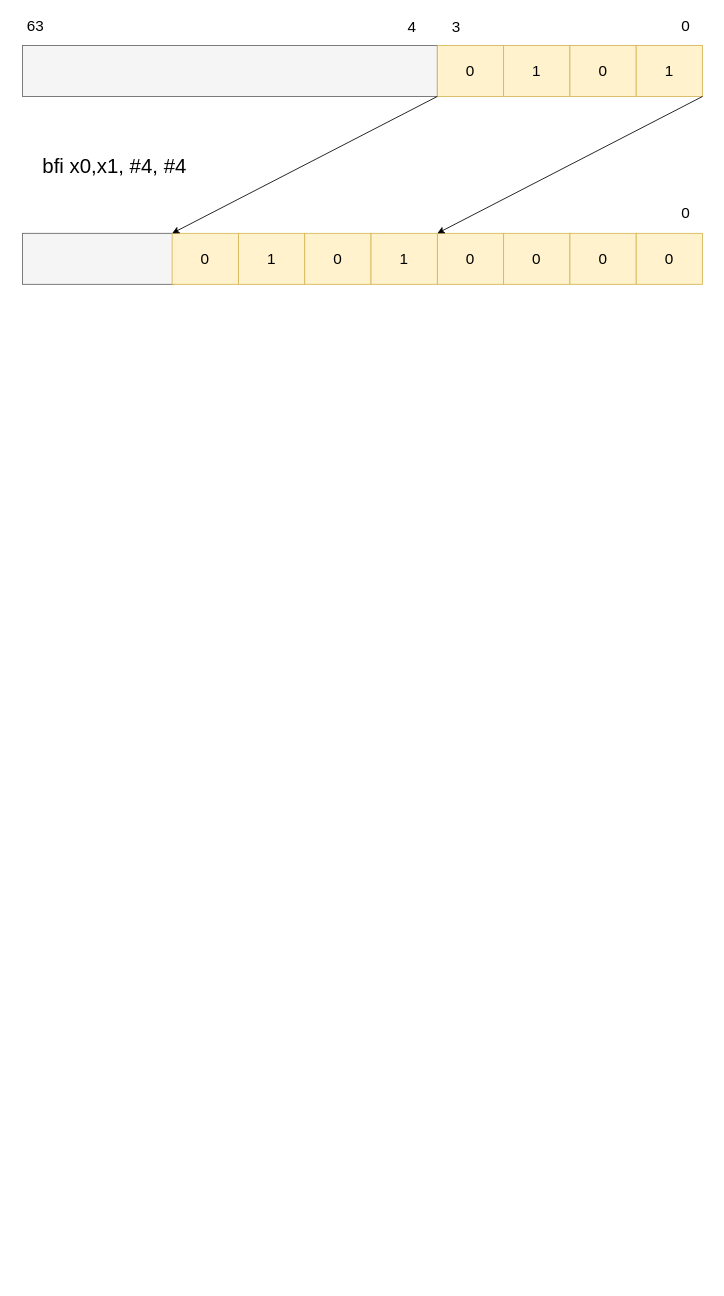
Before: page "第4章" (2 of 2) of docs/workSpacePic/ARM64体系结构编程.drawio in kendall-cpp/kendall-simple-vim, a draw.io diagram. Source tidied: cells renumbered, new cells numbered last; positions are measured from the earlier drawing's top-left corner, leaving out a move shared by most shapes. Both pictures are drawn from the tidied source at 85%, with x=0, y=0 at pixel (22, 14).
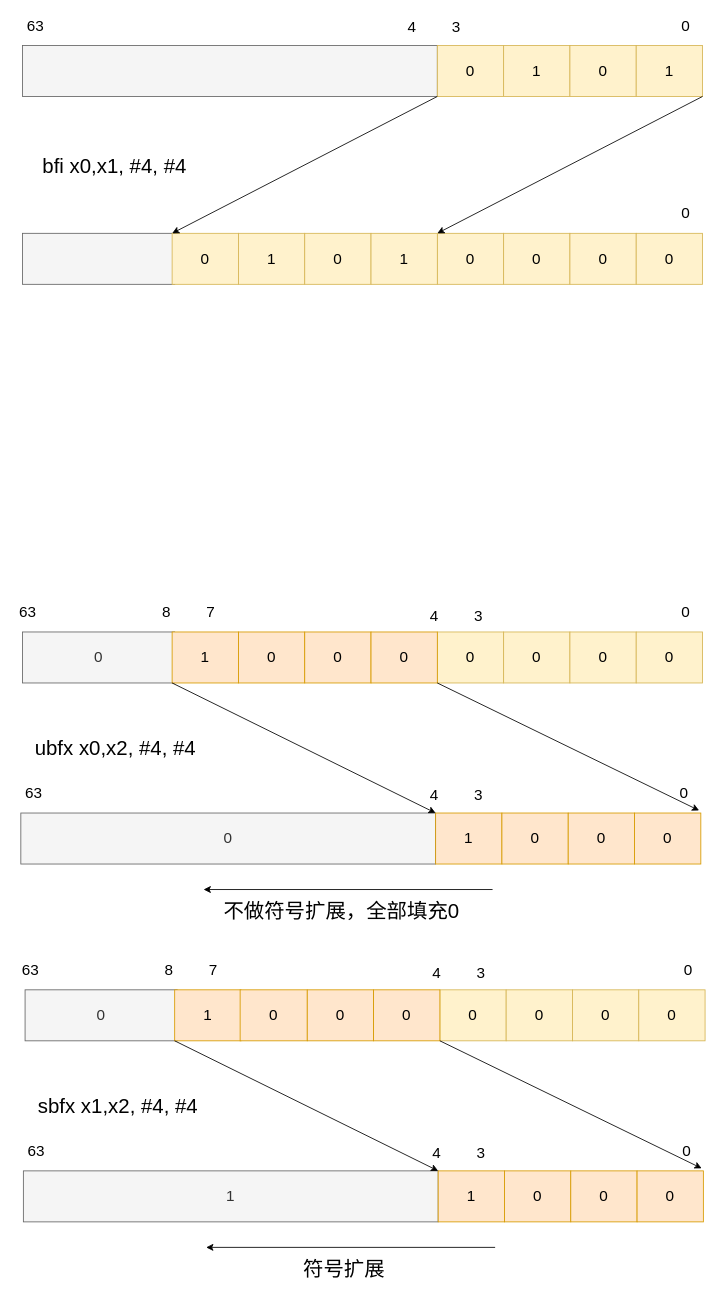
After the change.

Diff of the diagram source:
```diff
@@
+    <mxCell id="24" value="&lt;font style=&quot;font-size: 18px&quot;&gt;0&lt;/font&gt;" style="rounded=0;whiteSpace=wrap;html=1;fillColor=#f5f5f5;fontColor=#333333;strokeColor=#666666;" parent="1" vertex="1">
+      <mxGeometry x="-2" y="939" width="488" height="60" as="geometry" />
+    </mxCell>
+    <mxCell id="25" value="&lt;font style=&quot;font-size: 18px&quot;&gt;1&lt;/font&gt;" style="rounded=0;whiteSpace=wrap;html=1;fillColor=#ffe6cc;strokeColor=#d79b00;" parent="1" vertex="1">
+      <mxGeometry x="486" y="939" width="78" height="60" as="geometry" />
+    </mxCell>
+    <mxCell id="26" value="&lt;font style=&quot;font-size: 18px&quot;&gt;0&lt;/font&gt;" style="rounded=0;whiteSpace=wrap;html=1;fillColor=#ffe6cc;strokeColor=#d79b00;" parent="1" vertex="1">
+      <mxGeometry x="564" y="939" width="78" height="60" as="geometry" />
+    </mxCell>
+    <mxCell id="27" value="&lt;font style=&quot;font-size: 18px&quot;&gt;0&lt;/font&gt;" style="rounded=0;whiteSpace=wrap;html=1;fillColor=#ffe6cc;strokeColor=#d79b00;" parent="1" vertex="1">
+      <mxGeometry x="642" y="939" width="78" height="60" as="geometry" />
+    </mxCell>
+    <mxCell id="28" value="&lt;font style=&quot;font-size: 18px&quot;&gt;0&lt;/font&gt;" style="rounded=0;whiteSpace=wrap;html=1;fillColor=#ffe6cc;strokeColor=#d79b00;" parent="1" vertex="1">
+      <mxGeometry x="720" y="939" width="78" height="60" as="geometry" />
+    </mxCell>
+    <mxCell id="29" value="&lt;font style=&quot;font-size: 18px&quot;&gt;0&lt;/font&gt;" style="rounded=0;whiteSpace=wrap;html=1;fillColor=#f5f5f5;fontColor=#333333;strokeColor=#666666;" parent="1" vertex="1">
+      <mxGeometry y="726" width="179" height="60" as="geometry" />
+    </mxCell>
+    <mxCell id="30" value="&lt;font style=&quot;font-size: 18px&quot;&gt;0&lt;/font&gt;" style="rounded=0;whiteSpace=wrap;html=1;fillColor=#fff2cc;strokeColor=#d6b656;" parent="1" vertex="1">
+      <mxGeometry x="488" y="726" width="78" height="60" as="geometry" />
+    </mxCell>
+    <mxCell id="31" value="&lt;font style=&quot;font-size: 18px&quot;&gt;0&lt;/font&gt;" style="rounded=0;whiteSpace=wrap;html=1;fillColor=#fff2cc;strokeColor=#d6b656;" parent="1" vertex="1">
+      <mxGeometry x="566" y="726" width="78" height="60" as="geometry" />
+    </mxCell>
+    <mxCell id="32" value="&lt;font style=&quot;font-size: 18px&quot;&gt;0&lt;/font&gt;" style="rounded=0;whiteSpace=wrap;html=1;fillColor=#fff2cc;strokeColor=#d6b656;" parent="1" vertex="1">
+      <mxGeometry x="644" y="726" width="78" height="60" as="geometry" />
+    </mxCell>
+    <mxCell id="33" value="&lt;font style=&quot;font-size: 18px&quot;&gt;0&lt;/font&gt;" style="rounded=0;whiteSpace=wrap;html=1;fillColor=#fff2cc;strokeColor=#d6b656;" parent="1" vertex="1">
+      <mxGeometry x="722" y="726" width="78" height="60" as="geometry" />
+    </mxCell>
+    <mxCell id="34" value="&lt;font style=&quot;font-size: 18px&quot;&gt;1&lt;/font&gt;" style="rounded=0;whiteSpace=wrap;html=1;fillColor=#ffe6cc;strokeColor=#d79b00;" parent="1" vertex="1">
+      <mxGeometry x="176" y="726" width="78" height="60" as="geometry" />
+    </mxCell>
+    <mxCell id="35" value="&lt;font style=&quot;font-size: 18px&quot;&gt;0&lt;/font&gt;" style="rounded=0;whiteSpace=wrap;html=1;fillColor=#ffe6cc;strokeColor=#d79b00;" parent="1" vertex="1">
+      <mxGeometry x="254" y="726" width="78" height="60" as="geometry" />
+    </mxCell>
+    <mxCell id="36" value="&lt;font style=&quot;font-size: 18px&quot;&gt;0&lt;/font&gt;" style="rounded=0;whiteSpace=wrap;html=1;fillColor=#ffe6cc;strokeColor=#d79b00;" parent="1" vertex="1">
+      <mxGeometry x="332" y="726" width="78" height="60" as="geometry" />
+    </mxCell>
+    <mxCell id="37" value="&lt;font style=&quot;font-size: 18px&quot;&gt;0&lt;/font&gt;" style="rounded=0;whiteSpace=wrap;html=1;fillColor=#ffe6cc;strokeColor=#d79b00;" parent="1" vertex="1">
+      <mxGeometry x="410" y="726" width="78" height="60" as="geometry" />
+    </mxCell>
+    <mxCell id="38" style="endArrow=classic;html=1;rounded=0;fontSize=18;exitX=0;exitY=1;exitDx=0;exitDy=0;entryX=0;entryY=0;entryDx=0;entryDy=0;" parent="1" edge="1" source="34" target="25">
+      <mxGeometry relative="1" as="geometry" />
+    </mxCell>
+    <mxCell id="39" style="endArrow=classic;html=1;rounded=0;fontSize=18;exitX=1;exitY=1;exitDx=0;exitDy=0;" parent="1" edge="1" source="37">
+      <mxGeometry relative="1" as="geometry">
+        <mxPoint x="796" y="936" as="targetPoint" />
+      </mxGeometry>
+    </mxCell>
+    <mxCell id="40" value="0" style="text;html=1;align=center;verticalAlign=middle;strokeColor=none;fillColor=none;fontSize=18;" parent="1" vertex="1">
+      <mxGeometry x="770" y="690" width="20" height="26" as="geometry" />
+    </mxCell>
+    <mxCell id="41" value="&lt;font style=&quot;font-size: 24px&quot;&gt;ubfx x0,x2, #4, #4&lt;/font&gt;" style="text;html=1;align=center;verticalAlign=middle;strokeColor=none;fillColor=none;fontSize=18;" parent="1" vertex="1">
+      <mxGeometry x="9" y="849" width="199" height="28" as="geometry" />
+    </mxCell>
+    <mxCell id="42" value="0" style="text;html=1;align=center;verticalAlign=middle;strokeColor=none;fillColor=none;fontSize=18;" parent="1" vertex="1">
+      <mxGeometry x="768" y="903" width="20" height="26" as="geometry" />
+    </mxCell>
+    <mxCell id="43" value="3" style="text;html=1;align=center;verticalAlign=middle;strokeColor=none;fillColor=none;fontSize=18;" parent="1" vertex="1">
+      <mxGeometry x="526" y="905" width="20" height="26" as="geometry" />
+    </mxCell>
+    <mxCell id="44" value="4" style="text;html=1;align=center;verticalAlign=middle;strokeColor=none;fillColor=none;fontSize=18;" parent="1" vertex="1">
+      <mxGeometry x="474" y="905" width="20" height="26" as="geometry" />
+    </mxCell>
+    <mxCell id="45" value="63" style="text;html=1;align=center;verticalAlign=middle;strokeColor=none;fillColor=none;fontSize=18;" parent="1" vertex="1">
+      <mxGeometry x="-2" y="903" width="30" height="26" as="geometry" />
+    </mxCell>
+    <mxCell id="46" style="endArrow=classic;html=1;rounded=0;fontSize=18;" parent="1" edge="1">
+      <mxGeometry relative="1" as="geometry">
+        <mxPoint x="553" y="1029" as="sourcePoint" />
+        <mxPoint x="213" y="1029" as="targetPoint" />
+      </mxGeometry>
+    </mxCell>
+    <mxCell id="47" value="&lt;span style=&quot;font-size: 24px&quot;&gt;不做符号扩展，全部填充0&lt;/span&gt;" style="text;html=1;align=center;verticalAlign=middle;strokeColor=none;fillColor=none;fontSize=18;" parent="1" vertex="1">
+      <mxGeometry x="231" y="1041" width="287" height="28" as="geometry" />
+    </mxCell>
+    <mxCell id="48" value="63" style="text;html=1;align=center;verticalAlign=middle;strokeColor=none;fillColor=none;fontSize=18;" parent="1" vertex="1">
+      <mxGeometry x="-9" y="690" width="30" height="26" as="geometry" />
+    </mxCell>
+    <mxCell id="49" value="3" style="text;html=1;align=center;verticalAlign=middle;strokeColor=none;fillColor=none;fontSize=18;" parent="1" vertex="1">
+      <mxGeometry x="526" y="694" width="20" height="26" as="geometry" />
+    </mxCell>
+    <mxCell id="50" value="4" style="text;html=1;align=center;verticalAlign=middle;strokeColor=none;fillColor=none;fontSize=18;" parent="1" vertex="1">
+      <mxGeometry x="474" y="694" width="20" height="26" as="geometry" />
+    </mxCell>
+    <mxCell id="51" value="7" style="text;html=1;align=center;verticalAlign=middle;strokeColor=none;fillColor=none;fontSize=18;" parent="1" vertex="1">
+      <mxGeometry x="211" y="690" width="20" height="26" as="geometry" />
+    </mxCell>
+    <mxCell id="52" value="8" style="text;html=1;align=center;verticalAlign=middle;strokeColor=none;fillColor=none;fontSize=18;" parent="1" vertex="1">
+      <mxGeometry x="159" y="690" width="20" height="26" as="geometry" />
+    </mxCell>
+    <mxCell id="53" value="&lt;font style=&quot;font-size: 18px&quot;&gt;1&lt;/font&gt;" style="rounded=0;whiteSpace=wrap;html=1;fillColor=#f5f5f5;fontColor=#333333;strokeColor=#666666;" parent="1" vertex="1">
+      <mxGeometry x="1" y="1360" width="488" height="60" as="geometry" />
+    </mxCell>
+    <mxCell id="54" value="&lt;font style=&quot;font-size: 18px&quot;&gt;1&lt;/font&gt;" style="rounded=0;whiteSpace=wrap;html=1;fillColor=#ffe6cc;strokeColor=#d79b00;" parent="1" vertex="1">
+      <mxGeometry x="489" y="1360" width="78" height="60" as="geometry" />
+    </mxCell>
+    <mxCell id="55" value="&lt;font style=&quot;font-size: 18px&quot;&gt;0&lt;/font&gt;" style="rounded=0;whiteSpace=wrap;html=1;fillColor=#ffe6cc;strokeColor=#d79b00;" parent="1" vertex="1">
+      <mxGeometry x="567" y="1360" width="78" height="60" as="geometry" />
+    </mxCell>
+    <mxCell id="56" value="&lt;font style=&quot;font-size: 18px&quot;&gt;0&lt;/font&gt;" style="rounded=0;whiteSpace=wrap;html=1;fillColor=#ffe6cc;strokeColor=#d79b00;" parent="1" vertex="1">
+      <mxGeometry x="645" y="1360" width="78" height="60" as="geometry" />
+    </mxCell>
+    <mxCell id="57" value="&lt;font style=&quot;font-size: 18px&quot;&gt;0&lt;/font&gt;" style="rounded=0;whiteSpace=wrap;html=1;fillColor=#ffe6cc;strokeColor=#d79b00;" parent="1" vertex="1">
+      <mxGeometry x="723" y="1360" width="78" height="60" as="geometry" />
+    </mxCell>
+    <mxCell id="58" value="&lt;font style=&quot;font-size: 18px&quot;&gt;0&lt;/font&gt;" style="rounded=0;whiteSpace=wrap;html=1;fillColor=#f5f5f5;fontColor=#333333;strokeColor=#666666;" parent="1" vertex="1">
+      <mxGeometry x="3" y="1147" width="179" height="60" as="geometry" />
+    </mxCell>
+    <mxCell id="59" value="&lt;font style=&quot;font-size: 18px&quot;&gt;0&lt;/font&gt;" style="rounded=0;whiteSpace=wrap;html=1;fillColor=#fff2cc;strokeColor=#d6b656;" parent="1" vertex="1">
+      <mxGeometry x="491" y="1147" width="78" height="60" as="geometry" />
+    </mxCell>
+    <mxCell id="60" value="&lt;font style=&quot;font-size: 18px&quot;&gt;0&lt;/font&gt;" style="rounded=0;whiteSpace=wrap;html=1;fillColor=#fff2cc;strokeColor=#d6b656;" parent="1" vertex="1">
+      <mxGeometry x="569" y="1147" width="78" height="60" as="geometry" />
+    </mxCell>
+    <mxCell id="61" value="&lt;font style=&quot;font-size: 18px&quot;&gt;0&lt;/font&gt;" style="rounded=0;whiteSpace=wrap;html=1;fillColor=#fff2cc;strokeColor=#d6b656;" parent="1" vertex="1">
+      <mxGeometry x="647" y="1147" width="78" height="60" as="geometry" />
+    </mxCell>
+    <mxCell id="62" value="&lt;font style=&quot;font-size: 18px&quot;&gt;0&lt;/font&gt;" style="rounded=0;whiteSpace=wrap;html=1;fillColor=#fff2cc;strokeColor=#d6b656;" parent="1" vertex="1">
+      <mxGeometry x="725" y="1147" width="78" height="60" as="geometry" />
+    </mxCell>
+    <mxCell id="63" value="&lt;font style=&quot;font-size: 18px&quot;&gt;1&lt;/font&gt;" style="rounded=0;whiteSpace=wrap;html=1;fillColor=#ffe6cc;strokeColor=#d79b00;" parent="1" vertex="1">
+      <mxGeometry x="179" y="1147" width="78" height="60" as="geometry" />
+    </mxCell>
+    <mxCell id="64" value="&lt;font style=&quot;font-size: 18px&quot;&gt;0&lt;/font&gt;" style="rounded=0;whiteSpace=wrap;html=1;fillColor=#ffe6cc;strokeColor=#d79b00;" parent="1" vertex="1">
+      <mxGeometry x="256" y="1147" width="79" height="60" as="geometry" />
+    </mxCell>
+    <mxCell id="65" value="&lt;font style=&quot;font-size: 18px&quot;&gt;0&lt;/font&gt;" style="rounded=0;whiteSpace=wrap;html=1;fillColor=#ffe6cc;strokeColor=#d79b00;" parent="1" vertex="1">
+      <mxGeometry x="335" y="1147" width="78" height="60" as="geometry" />
+    </mxCell>
+    <mxCell id="66" value="&lt;font style=&quot;font-size: 18px&quot;&gt;0&lt;/font&gt;" style="rounded=0;whiteSpace=wrap;html=1;fillColor=#ffe6cc;strokeColor=#d79b00;" parent="1" vertex="1">
+      <mxGeometry x="413" y="1147" width="78" height="60" as="geometry" />
+    </mxCell>
+    <mxCell id="67" style="endArrow=classic;html=1;rounded=0;fontSize=18;exitX=0;exitY=1;exitDx=0;exitDy=0;entryX=0;entryY=0;entryDx=0;entryDy=0;" parent="1" edge="1" source="63" target="54">
+      <mxGeometry relative="1" as="geometry" />
+    </mxCell>
+    <mxCell id="68" style="endArrow=classic;html=1;rounded=0;fontSize=18;exitX=1;exitY=1;exitDx=0;exitDy=0;" parent="1" edge="1" source="66">
+      <mxGeometry relative="1" as="geometry">
+        <mxPoint x="799" y="1357" as="targetPoint" />
+      </mxGeometry>
+    </mxCell>
+    <mxCell id="69" value="0" style="text;html=1;align=center;verticalAlign=middle;strokeColor=none;fillColor=none;fontSize=18;" parent="1" vertex="1">
+      <mxGeometry x="773" y="1111" width="20" height="26" as="geometry" />
+    </mxCell>
+    <mxCell id="70" value="&lt;font style=&quot;font-size: 24px&quot;&gt;sbfx x1,x2, #4, #4&lt;/font&gt;" style="text;html=1;align=center;verticalAlign=middle;strokeColor=none;fillColor=none;fontSize=18;" parent="1" vertex="1">
+      <mxGeometry x="13" y="1270" width="198" height="28" as="geometry" />
+    </mxCell>
+    <mxCell id="71" value="0" style="text;html=1;align=center;verticalAlign=middle;strokeColor=none;fillColor=none;fontSize=18;" parent="1" vertex="1">
+      <mxGeometry x="771" y="1324" width="20" height="26" as="geometry" />
+    </mxCell>
+    <mxCell id="72" value="3" style="text;html=1;align=center;verticalAlign=middle;strokeColor=none;fillColor=none;fontSize=18;" parent="1" vertex="1">
+      <mxGeometry x="529" y="1326" width="20" height="26" as="geometry" />
+    </mxCell>
+    <mxCell id="73" value="4" style="text;html=1;align=center;verticalAlign=middle;strokeColor=none;fillColor=none;fontSize=18;" parent="1" vertex="1">
+      <mxGeometry x="477" y="1326" width="20" height="26" as="geometry" />
+    </mxCell>
+    <mxCell id="74" value="63" style="text;html=1;align=center;verticalAlign=middle;strokeColor=none;fillColor=none;fontSize=18;" parent="1" vertex="1">
+      <mxGeometry x="1" y="1324" width="30" height="26" as="geometry" />
+    </mxCell>
+    <mxCell id="75" style="endArrow=classic;html=1;rounded=0;fontSize=18;" parent="1" edge="1">
+      <mxGeometry relative="1" as="geometry">
+        <mxPoint x="556" y="1450" as="sourcePoint" />
+        <mxPoint x="216" y="1450" as="targetPoint" />
+      </mxGeometry>
+    </mxCell>
+    <mxCell id="76" value="&lt;span style=&quot;font-size: 24px&quot;&gt;符号扩展&lt;/span&gt;" style="text;html=1;align=center;verticalAlign=middle;strokeColor=none;fillColor=none;fontSize=18;" parent="1" vertex="1">
+      <mxGeometry x="325" y="1462" width="106" height="28" as="geometry" />
+    </mxCell>
+    <mxCell id="77" value="63" style="text;html=1;align=center;verticalAlign=middle;strokeColor=none;fillColor=none;fontSize=18;" parent="1" vertex="1">
+      <mxGeometry x="-6" y="1111" width="30" height="26" as="geometry" />
+    </mxCell>
+    <mxCell id="78" value="3" style="text;html=1;align=center;verticalAlign=middle;strokeColor=none;fillColor=none;fontSize=18;" parent="1" vertex="1">
+      <mxGeometry x="529" y="1115" width="20" height="26" as="geometry" />
+    </mxCell>
+    <mxCell id="79" value="4" style="text;html=1;align=center;verticalAlign=middle;strokeColor=none;fillColor=none;fontSize=18;" parent="1" vertex="1">
+      <mxGeometry x="477" y="1115" width="20" height="26" as="geometry" />
+    </mxCell>
+    <mxCell id="80" value="7" style="text;html=1;align=center;verticalAlign=middle;strokeColor=none;fillColor=none;fontSize=18;" parent="1" vertex="1">
+      <mxGeometry x="214" y="1111" width="20" height="26" as="geometry" />
+    </mxCell>
+    <mxCell id="81" value="8" style="text;html=1;align=center;verticalAlign=middle;strokeColor=none;fillColor=none;fontSize=18;" parent="1" vertex="1">
+      <mxGeometry x="162" y="1111" width="20" height="26" as="geometry" />
+    </mxCell>
```
